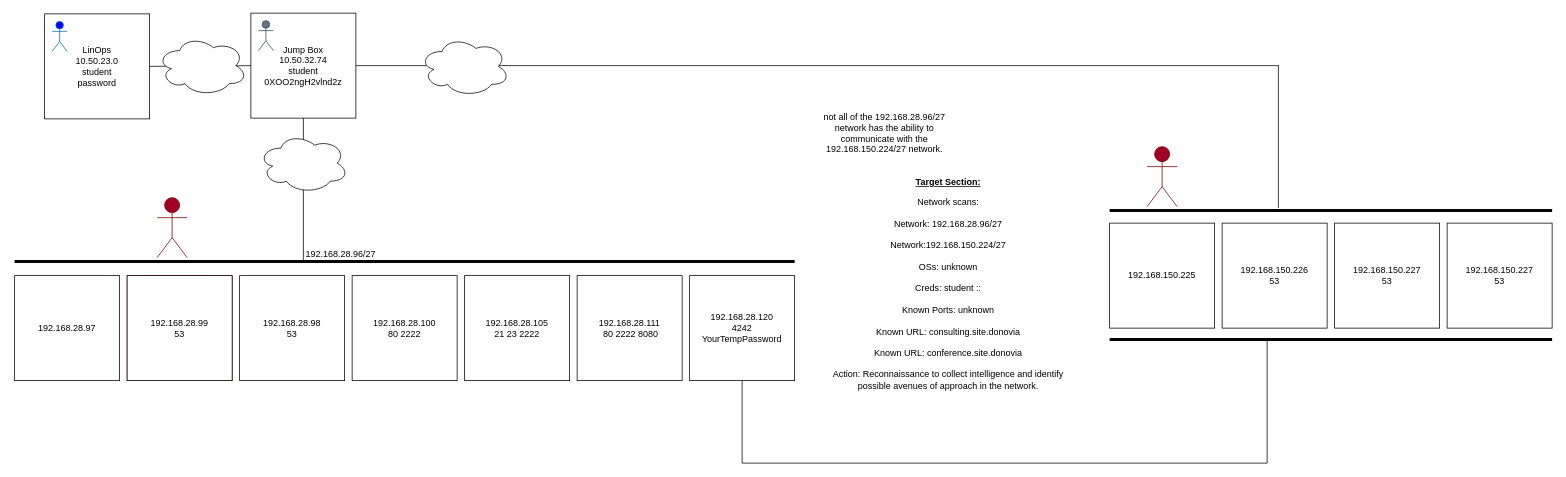
Earlier version of the draw.io diagram page "Page-1" (1 of 4) of Security/Vacca/Security Map.drawio (TheWaltuh/COSC-Notes). Source tidied: cells renumbered, new cells numbered last; positions are measured from the earlier drawing's top-left corner, leaving out a move shared by most shapes. Both pictures are drawn from the tidied source at 75%, with x=0, y=0 at pixel (14, 13).
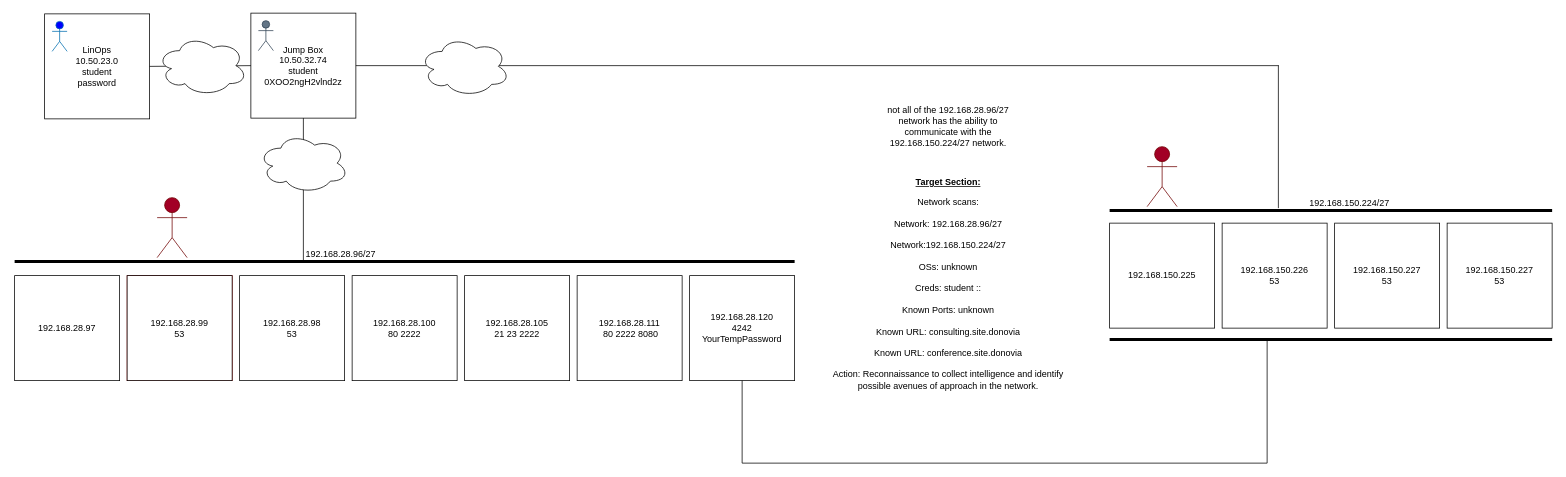
The same page after the edit.

The edit, as a diff of the source:
```diff
@@
     <mxCell id="12" value="not all of the 192.168.28.96/27 network has the ability to communicate with the 192.168.150.224/27 network." style="text;html=1;strokeColor=none;fillColor=none;align=center;verticalAlign=middle;whiteSpace=wrap;rounded=0;" parent="1" vertex="1">
-      <mxGeometry x="1060" y="120" width="200" height="80" as="geometry" />
+      <mxGeometry x="1145" y="111" width="200" height="80" as="geometry" />
     </mxCell>
@@
+    <mxCell id="38" value="192.168.150.224/27" style="text;html=1;strokeColor=none;fillColor=none;align=center;verticalAlign=middle;whiteSpace=wrap;rounded=0;" parent="1" vertex="1">
+      <mxGeometry x="1750" y="238" width="60" height="30" as="geometry" />
+    </mxCell>
```
